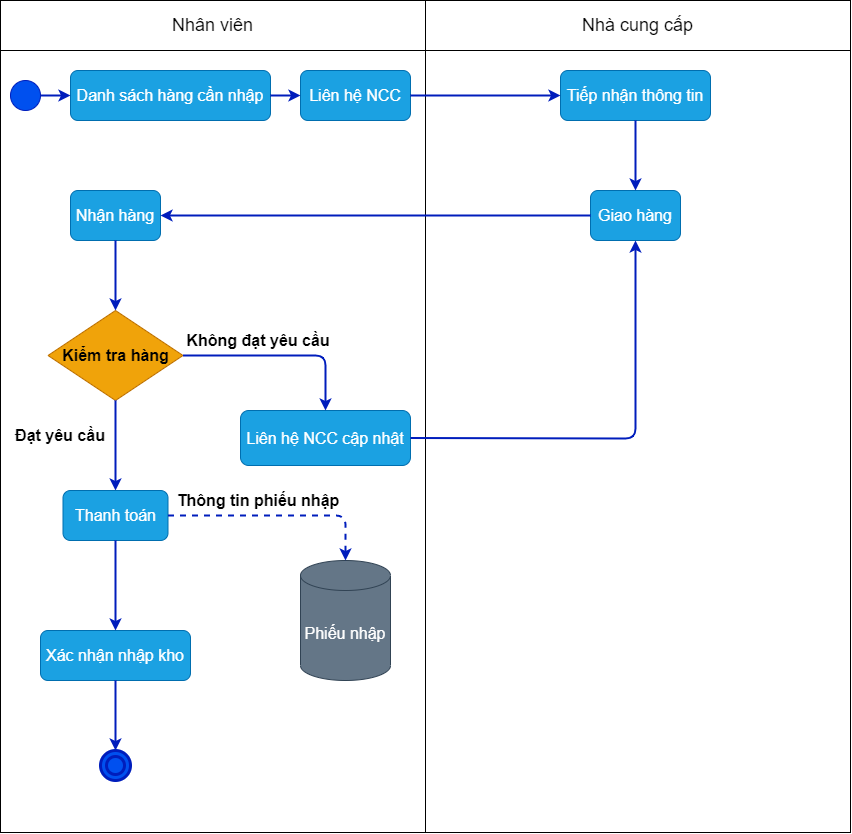
Above: nhapHang.drawio.png in sunny-THS/QlyBanDT (draw.io), before the change. Source tidied: cells renumbered, new cells last; positions are measured from the earlier drawing's top-left corner, leaving out a move shared by most shapes.
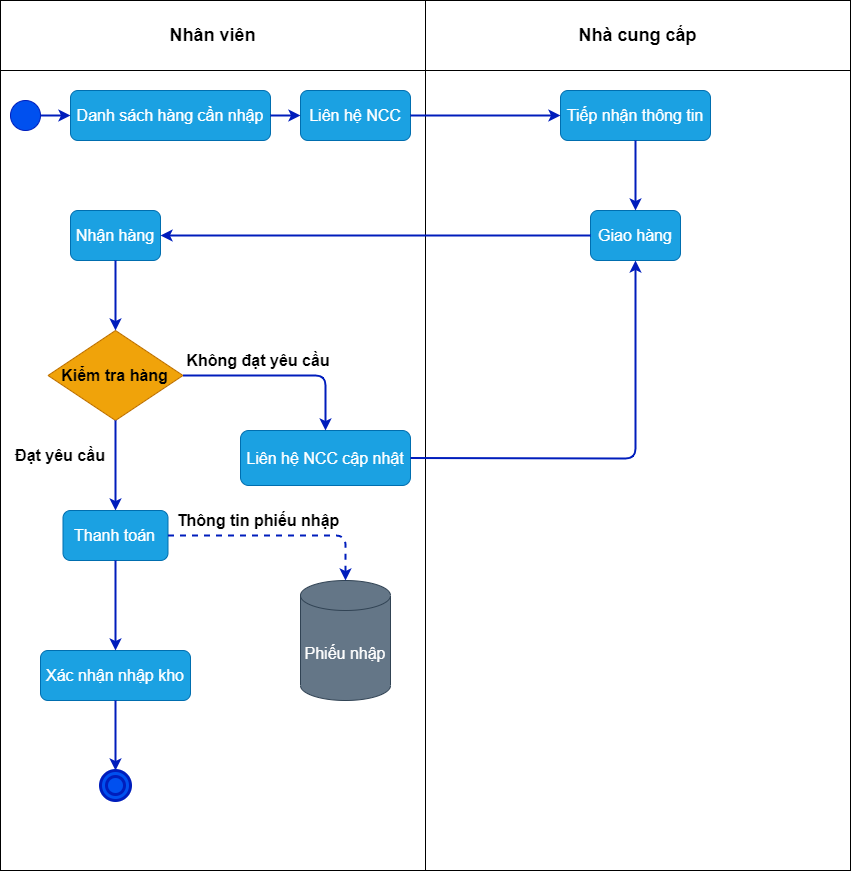
The same diagram one commit later.

The edit, as a diff of the source:
```diff
@@ -3,25 +3,25 @@
     <mxCell id="0" />
     <mxCell id="1" parent="0" />
     <mxCell id="2" style="shape=table;startSize=0;" parent="1" vertex="1">
-      <mxGeometry width="850" height="832" as="geometry" />
+      <mxGeometry y="-20" width="850" height="870" as="geometry" />
     </mxCell>
     <mxCell id="3" style="shape=partialRectangle;fillColor=none;top=0;left=0;bottom=0;right=0;fontSize=14;" parent="2" vertex="1">
-      <mxGeometry width="850" height="50" as="geometry" />
+      <mxGeometry width="850" height="70" as="geometry" />
     </mxCell>
-    <mxCell id="4" value="Nhân viên" style="shape=partialRectangle;html=1;whiteSpace=wrap;overflow=hidden;fillColor=none;top=0;left=0;bottom=0;right=0;fontSize=18;" parent="3" vertex="1">
-      <mxGeometry width="425" height="50" as="geometry" />
+    <mxCell id="4" value="Nhân viên" style="shape=partialRectangle;html=1;whiteSpace=wrap;overflow=hidden;fillColor=none;top=0;left=0;bottom=0;right=0;fontSize=18;fontStyle=1;" parent="3" vertex="1">
+      <mxGeometry width="425" height="70" as="geometry" />
     </mxCell>
-    <mxCell id="5" value="Nhà cung cấp" style="shape=partialRectangle;html=1;whiteSpace=wrap;overflow=hidden;fillColor=none;top=0;left=0;bottom=0;right=0;fontSize=18;" parent="3" vertex="1">
-      <mxGeometry x="425" width="425" height="50" as="geometry" />
+    <mxCell id="5" value="Nhà cung cấp" style="shape=partialRectangle;html=1;whiteSpace=wrap;overflow=hidden;fillColor=none;top=0;left=0;bottom=0;right=0;fontSize=18;fontStyle=1;" parent="3" vertex="1">
+      <mxGeometry x="425" width="425" height="70" as="geometry" />
     </mxCell>
     <mxCell id="6" style="shape=partialRectangle;fillColor=none;top=0;left=0;bottom=0;right=0;" parent="2" vertex="1">
-      <mxGeometry y="50" width="850" height="782" as="geometry" />
+      <mxGeometry y="70" width="850" height="800" as="geometry" />
     </mxCell>
     <mxCell id="7" style="shape=partialRectangle;html=1;whiteSpace=wrap;overflow=hidden;fillColor=none;top=0;left=0;bottom=0;right=0;" parent="6" vertex="1">
-      <mxGeometry width="425" height="782" as="geometry" />
+      <mxGeometry width="425" height="800" as="geometry" />
     </mxCell>
     <mxCell id="8" style="shape=partialRectangle;html=1;whiteSpace=wrap;overflow=hidden;fillColor=none;top=0;left=0;bottom=0;right=0;" parent="6" vertex="1">
-      <mxGeometry x="425" width="425" height="782" as="geometry" />
+      <mxGeometry x="425" width="425" height="800" as="geometry" />
     </mxCell>
     <mxCell id="9" value="Danh sách hàng cần nhập" style="rounded=1;whiteSpace=wrap;html=1;fontSize=16;fillColor=#1ba1e2;strokeColor=#006EAF;fontColor=#ffffff;" parent="1" vertex="1">
       <mxGeometry x="70" y="70" width="200" height="50" as="geometry" />
```
